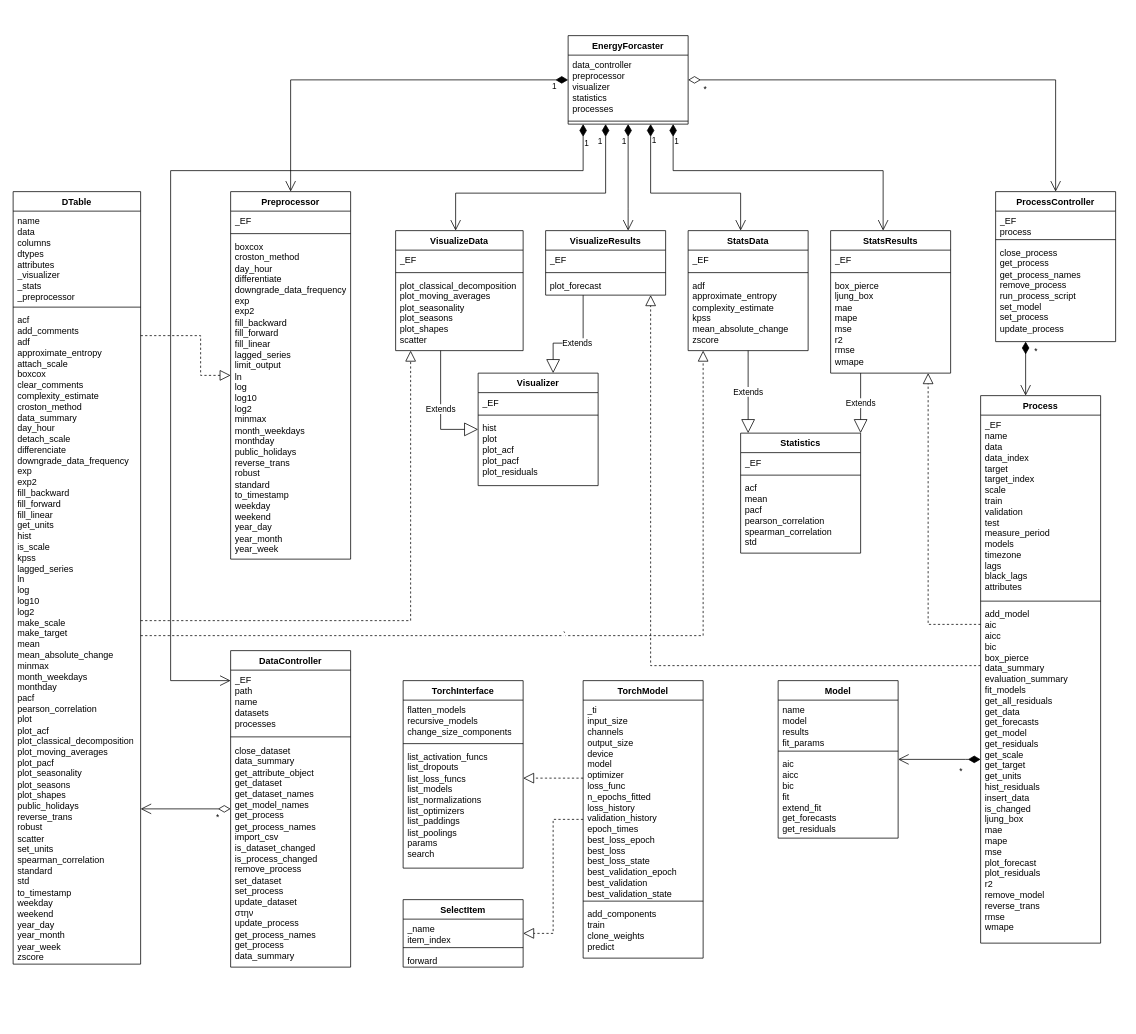
Before: Implementation_Plan/energyforecaster.drawio in sportbilly23/EnergyForecaster, a draw.io diagram. Source tidied: cells renumbered, new cells numbered last; positions are measured from the earlier drawing's top-left corner, leaving out a move shared by most shapes. Both pictures are drawn from the tidied source at 75%, with x=0, y=0 at pixel (13, 35).
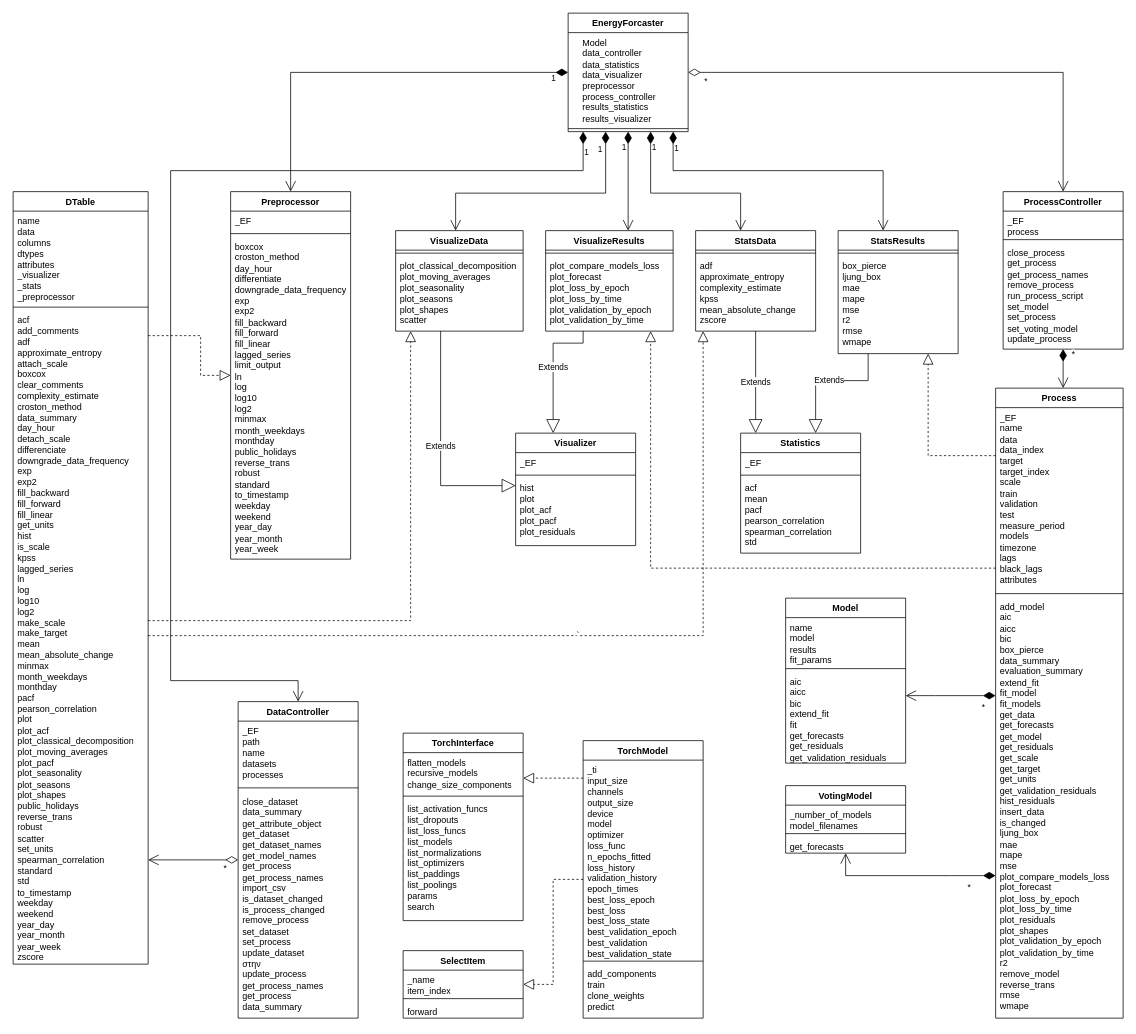
After the change.

The change refers to these unchanged cells:
```xml
<mxCell id="25" value="Statistics" style="swimlane;fontStyle=1;align=center;verticalAlign=top;horizontal=1;startSize=26;whiteSpace=wrap;html=1;direction=east;" parent="1" vertex="1">
  <mxGeometry x="970" y="530" width="160" height="160" as="geometry" />
</mxCell>
```

Diff of the diagram source:
```diff
@@
     <mxCell id="2" value="EnergyForcaster" style="swimlane;fontStyle=1;align=center;verticalAlign=top;horizontal=1;startSize=26;whiteSpace=wrap;html=1;" parent="1" vertex="1">
-      <mxGeometry x="740" width="160" height="118" as="geometry" />
+      <mxGeometry x="740" y="-30" width="160" height="158" as="geometry" />
     </mxCell>
-    <mxCell id="3" value="data_controller&lt;br&gt;preprocessor&lt;br&gt;visualizer&lt;br&gt;statistics&lt;br&gt;processes" style="text;strokeColor=none;fillColor=none;align=left;verticalAlign=top;spacingLeft=4;spacingRight=4;overflow=hidden;whiteSpace=wrap;html=1;" parent="2" vertex="1">
-      <mxGeometry y="26" width="160" height="84" as="geometry" />
+    <mxCell id="3" value="&amp;nbsp;&amp;nbsp;&amp;nbsp; Model&lt;br&gt;&amp;nbsp;&amp;nbsp; &amp;nbsp;data_controller&lt;br&gt;&amp;nbsp;&amp;nbsp; &amp;nbsp;data_statistics&lt;br&gt;&amp;nbsp;&amp;nbsp; &amp;nbsp;data_visualizer&lt;br&gt;&amp;nbsp;&amp;nbsp; &amp;nbsp;preprocessor&lt;br&gt;&amp;nbsp;&amp;nbsp; &amp;nbsp;process_controller&lt;br&gt;&amp;nbsp;&amp;nbsp; &amp;nbsp;results_statistics&lt;br&gt;&amp;nbsp;&amp;nbsp; &amp;nbsp;results_visualizer" style="text;strokeColor=none;fillColor=none;align=left;verticalAlign=top;spacingLeft=4;spacingRight=4;overflow=hidden;whiteSpace=wrap;html=1;" parent="2" vertex="1">
+      <mxGeometry y="26" width="160" height="124" as="geometry" />
     </mxCell>
     <mxCell id="4" style="line;strokeWidth=1;fillColor=none;align=left;verticalAlign=middle;spacingTop=-1;spacingLeft=3;spacingRight=3;labelPosition=right;strokeColor=inherit;" parent="2" vertex="1">
-      <mxGeometry y="110" width="160" height="8" as="geometry" />
+      <mxGeometry y="150" width="160" height="8" as="geometry" />
     </mxCell>
@@
     <mxCell id="9" value="Model" style="swimlane;fontStyle=1;align=center;verticalAlign=top;horizontal=1;startSize=26;whiteSpace=wrap;html=1;" parent="1" vertex="1">
-      <mxGeometry x="1020" y="860" width="160" height="210" as="geometry" />
+      <mxGeometry x="1030" y="750" width="160" height="220" as="geometry" />
     </mxCell>
@@
-    <mxCell id="12" value="aic&lt;br&gt;aicc&lt;br&gt;bic&lt;br&gt;fit&lt;br&gt;extend_fit&lt;br&gt;get_forecasts&lt;br&gt;get_residuals" style="text;strokeColor=none;fillColor=none;align=left;verticalAlign=top;spacingLeft=4;spacingRight=4;overflow=hidden;whiteSpace=wrap;html=1;" parent="9" vertex="1">
-      <mxGeometry y="98" width="160" height="112" as="geometry" />
+    <mxCell id="12" value="aic&lt;br&gt;aicc&lt;br&gt;bic&lt;br&gt;&lt;div&gt;extend_fit&lt;/div&gt;&lt;div&gt;fit&lt;/div&gt;get_forecasts&lt;br&gt;&lt;div&gt;get_residuals&lt;/div&gt;&lt;div&gt;get_validation_residuals&lt;br&gt;&lt;/div&gt;" style="text;strokeColor=none;fillColor=none;align=left;verticalAlign=top;spacingLeft=4;spacingRight=4;overflow=hidden;whiteSpace=wrap;html=1;" parent="9" vertex="1">
+      <mxGeometry y="98" width="160" height="122" as="geometry" />
     </mxCell>
     <mxCell id="13" value="Visualizer" style="swimlane;fontStyle=1;align=center;verticalAlign=top;horizontal=1;startSize=26;whiteSpace=wrap;html=1;" parent="1" vertex="1">
-      <mxGeometry x="620" y="450" width="160" height="150" as="geometry" />
+      <mxGeometry x="670" y="530" width="160" height="150" as="geometry" />
     </mxCell>
@@
     <mxCell id="17" value="ProcessController" style="swimlane;fontStyle=1;align=center;verticalAlign=top;horizontal=1;startSize=26;whiteSpace=wrap;html=1;" parent="1" vertex="1">
-      <mxGeometry x="1310" y="208" width="160" height="200" as="geometry" />
+      <mxGeometry x="1320" y="208" width="160" height="210" as="geometry" />
     </mxCell>
@@
-    <mxCell id="20" value="close_process&lt;br&gt;get_process&lt;br&gt;get_process_names&lt;br&gt;remove_process&lt;br&gt;run_process_script&lt;br&gt;set_model&lt;br&gt;set_process&lt;br&gt;update_process" style="text;strokeColor=none;fillColor=none;align=left;verticalAlign=top;spacingLeft=4;spacingRight=4;overflow=hidden;whiteSpace=wrap;html=1;" parent="17" vertex="1">
-      <mxGeometry y="68" width="160" height="132" as="geometry" />
+    <mxCell id="20" value="close_process&lt;br&gt;get_process&lt;br&gt;get_process_names&lt;br&gt;remove_process&lt;br&gt;run_process_script&lt;br&gt;set_model&lt;br&gt;&lt;div&gt;set_process&lt;/div&gt;&lt;div&gt;set_voting_model&lt;br&gt;&lt;/div&gt;update_process" style="text;strokeColor=none;fillColor=none;align=left;verticalAlign=top;spacingLeft=4;spacingRight=4;overflow=hidden;whiteSpace=wrap;html=1;" parent="17" vertex="1">
+      <mxGeometry y="68" width="160" height="142" as="geometry" />
     </mxCell>
     <mxCell id="21" value="DataController" style="swimlane;fontStyle=1;align=center;verticalAlign=top;horizontal=1;startSize=26;whiteSpace=wrap;html=1;" parent="1" vertex="1">
-      <mxGeometry x="290" y="820" width="160" height="422" as="geometry" />
+      <mxGeometry x="300" y="888" width="160" height="422" as="geometry" />
     </mxCell>
@@
     <mxCell id="33" value="&lt;div&gt;*&lt;/div&gt;" style="endArrow=open;html=1;endSize=12;startArrow=diamondThin;startSize=14;startFill=1;edgeStyle=orthogonalEdgeStyle;align=left;verticalAlign=bottom;rounded=0;" parent="1" edge="1" source="67" target="9">
-      <mxGeometry x="-0.45" y="25" relative="1" as="geometry">
+      <mxGeometry x="-0.66" y="25" relative="1" as="geometry">
         <Array as="points">
-          <mxPoint x="1270" y="965" />
-          <mxPoint x="1270" y="965" />
+          <mxPoint x="1230" y="880" />
+          <mxPoint x="1230" y="880" />
         </Array>
       </mxGeometry>
     </mxCell>
     <mxCell id="34" value="VisualizeResults" style="swimlane;fontStyle=1;align=center;verticalAlign=top;horizontal=1;startSize=26;whiteSpace=wrap;html=1;" parent="1" vertex="1">
-      <mxGeometry x="710" y="260" width="160" height="86" as="geometry" />
+      <mxGeometry x="710" y="260" width="170" height="134" as="geometry" />
     </mxCell>
-    <mxCell id="35" value="_EF" style="text;strokeColor=none;fillColor=none;align=left;verticalAlign=top;spacingLeft=4;spacingRight=4;overflow=hidden;whiteSpace=wrap;html=1;" parent="34" vertex="1">
-      <mxGeometry y="26" width="160" height="26" as="geometry" />
-    </mxCell>
     <mxCell id="36" style="line;strokeWidth=1;fillColor=none;align=left;verticalAlign=middle;spacingTop=-1;spacingLeft=3;spacingRight=3;labelPosition=right;strokeColor=inherit;" parent="34" vertex="1">
-      <mxGeometry y="52" width="160" height="8" as="geometry" />
+      <mxGeometry y="26" width="170" height="8" as="geometry" />
     </mxCell>
-    <mxCell id="37" value="plot_forecast" style="text;strokeColor=none;fillColor=none;align=left;verticalAlign=top;spacingLeft=4;spacingRight=4;overflow=hidden;whiteSpace=wrap;html=1;" parent="34" vertex="1">
-      <mxGeometry y="60" width="160" height="26" as="geometry" />
+    <mxCell id="37" value="plot_compare_models_loss&lt;br&gt;plot_forecast&lt;br&gt;plot_loss_by_epoch&lt;br&gt;plot_loss_by_time&lt;br&gt;plot_validation_by_epoch&lt;br&gt;plot_validation_by_time" style="text;strokeColor=none;fillColor=none;align=left;verticalAlign=top;spacingLeft=4;spacingRight=4;overflow=hidden;whiteSpace=wrap;html=1;" parent="34" vertex="1">
+      <mxGeometry y="34" width="170" height="100" as="geometry" />
     </mxCell>
@@
     <mxCell id="39" value="StatsResults" style="swimlane;fontStyle=1;align=center;verticalAlign=top;horizontal=1;startSize=26;whiteSpace=wrap;html=1;" parent="1" vertex="1">
-      <mxGeometry x="1090" y="260" width="160" height="190" as="geometry" />
+      <mxGeometry x="1100" y="260" width="160" height="164" as="geometry" />
     </mxCell>
-    <mxCell id="40" value="_EF" style="text;strokeColor=none;fillColor=none;align=left;verticalAlign=top;spacingLeft=4;spacingRight=4;overflow=hidden;whiteSpace=wrap;html=1;" parent="39" vertex="1">
-      <mxGeometry y="26" width="160" height="26" as="geometry" />
-    </mxCell>
     <mxCell id="41" style="line;strokeWidth=1;fillColor=none;align=left;verticalAlign=middle;spacingTop=-1;spacingLeft=3;spacingRight=3;labelPosition=right;strokeColor=inherit;" parent="39" vertex="1">
-      <mxGeometry y="52" width="160" height="8" as="geometry" />
+      <mxGeometry y="26" width="160" height="8" as="geometry" />
     </mxCell>
     <mxCell id="42" value="box_pierce&lt;br&gt;ljung_box&lt;br&gt;mae&lt;br&gt;mape&lt;br&gt;mse&lt;br&gt;r2&lt;br&gt;rmse&lt;br&gt;wmape" style="text;strokeColor=none;fillColor=none;align=left;verticalAlign=top;spacingLeft=4;spacingRight=4;overflow=hidden;points=[[0,0.5],[1,0.5]];portConstraint=eastwest;whiteSpace=wrap;html=1;" parent="39" vertex="1">
-      <mxGeometry y="60" width="160" height="130" as="geometry" />
+      <mxGeometry y="34" width="160" height="130" as="geometry" />
     </mxCell>
     <mxCell id="43" value="Extends" style="endArrow=block;endSize=16;endFill=0;html=1;rounded=0;edgeStyle=orthogonalEdgeStyle;" parent="1" edge="1" source="42" target="25">
       <mxGeometry relative="1" as="geometry">
         <Array as="points">
-          <mxPoint x="1090" y="430" />
-          <mxPoint x="1090" y="430" />
+          <mxPoint x="1140" y="460" />
+          <mxPoint x="1070" y="460" />
         </Array>
       </mxGeometry>
     </mxCell>
@@
     <mxCell id="45" value="VisualizeData" style="swimlane;fontStyle=1;align=center;verticalAlign=top;horizontal=1;startSize=26;whiteSpace=wrap;html=1;" parent="1" vertex="1">
-      <mxGeometry x="510" y="260" width="170" height="160" as="geometry" />
+      <mxGeometry x="510" y="260" width="170" height="134" as="geometry" />
     </mxCell>
-    <mxCell id="46" value="_EF" style="text;strokeColor=none;fillColor=none;align=left;verticalAlign=top;spacingLeft=4;spacingRight=4;overflow=hidden;whiteSpace=wrap;html=1;" parent="45" vertex="1">
-      <mxGeometry y="26" width="170" height="26" as="geometry" />
-    </mxCell>
     <mxCell id="47" style="line;strokeWidth=1;fillColor=none;align=left;verticalAlign=middle;spacingTop=-1;spacingLeft=3;spacingRight=3;labelPosition=right;strokeColor=inherit;" parent="45" vertex="1">
-      <mxGeometry y="52" width="170" height="8" as="geometry" />
+      <mxGeometry y="26" width="170" height="8" as="geometry" />
     </mxCell>
     <mxCell id="48" value="plot_classical_decomposition&lt;br&gt;plot_moving_averages&lt;br&gt;plot_seasonality&lt;br&gt;plot_seasons&lt;br&gt;plot_shapes&lt;br&gt;scatter" style="text;strokeColor=none;fillColor=none;align=left;verticalAlign=top;spacingLeft=4;spacingRight=4;overflow=hidden;points=[[0,0.5],[1,0.5]];portConstraint=eastwest;whiteSpace=wrap;html=1;" parent="45" vertex="1">
-      <mxGeometry y="60" width="170" height="100" as="geometry" />
+      <mxGeometry y="34" width="170" height="100" as="geometry" />
     </mxCell>
     <mxCell id="49" value="StatsData" style="swimlane;fontStyle=1;align=center;verticalAlign=top;horizontal=1;startSize=26;whiteSpace=wrap;html=1;" parent="1" vertex="1">
-      <mxGeometry x="900" y="260" width="160" height="160" as="geometry" />
+      <mxGeometry x="910" y="260" width="160" height="134" as="geometry" />
     </mxCell>
-    <mxCell id="50" value="_EF" style="text;strokeColor=none;fillColor=none;align=left;verticalAlign=top;spacingLeft=4;spacingRight=4;overflow=hidden;whiteSpace=wrap;html=1;" parent="49" vertex="1">
-      <mxGeometry y="26" width="160" height="26" as="geometry" />
-    </mxCell>
     <mxCell id="51" style="line;strokeWidth=1;fillColor=none;align=left;verticalAlign=middle;spacingTop=-1;spacingLeft=3;spacingRight=3;labelPosition=right;strokeColor=inherit;" parent="49" vertex="1">
-      <mxGeometry y="52" width="160" height="8" as="geometry" />
+      <mxGeometry y="26" width="160" height="8" as="geometry" />
     </mxCell>
     <mxCell id="52" value="adf&lt;br&gt;approximate_entropy&lt;br&gt;complexity_estimate&lt;br&gt;kpss&lt;br&gt;mean_absolute_change&lt;br&gt;zscore" style="text;strokeColor=none;fillColor=none;align=left;verticalAlign=top;spacingLeft=4;spacingRight=4;overflow=hidden;points=[[0,0.5],[1,0.5]];portConstraint=eastwest;whiteSpace=wrap;html=1;" parent="49" vertex="1">
-      <mxGeometry y="60" width="160" height="100" as="geometry" />
+      <mxGeometry y="34" width="160" height="100" as="geometry" />
     </mxCell>
     <mxCell id="53" value="Extends" style="endArrow=block;endSize=16;endFill=0;html=1;rounded=0;edgeStyle=orthogonalEdgeStyle;" parent="1" edge="1" source="48" target="13">
       <mxGeometry relative="1" as="geometry">
         <Array as="points">
-          <mxPoint x="570" y="525" />
+          <mxPoint x="570" y="600" />
         </Array>
       </mxGeometry>
     </mxCell>
@@
     <mxCell id="55" style="endArrow=block;dashed=1;endFill=0;endSize=12;html=1;rounded=0;edgeStyle=orthogonalEdgeStyle;" parent="1" edge="1" source="67" target="39">
       <mxGeometry relative="1" as="geometry">
         <Array as="points">
-          <mxPoint x="1220" y="785" />
+          <mxPoint x="1220" y="560" />
         </Array>
       </mxGeometry>
     </mxCell>
     <mxCell id="56" style="endArrow=block;dashed=1;endFill=0;endSize=12;html=1;rounded=0;edgeStyle=orthogonalEdgeStyle;" parent="1" edge="1" source="67" target="34">
       <mxGeometry relative="1" as="geometry">
         <Array as="points">
-          <mxPoint x="850" y="840" />
+          <mxPoint x="850" y="710" />
         </Array>
       </mxGeometry>
     </mxCell>
     <mxCell id="57" value="DTable" style="swimlane;fontStyle=1;align=center;verticalAlign=top;horizontal=1;startSize=26;whiteSpace=wrap;html=1;" parent="1" vertex="1">
-      <mxGeometry y="208" width="170" height="1030" as="geometry" />
+      <mxGeometry y="208" width="180" height="1030" as="geometry" />
     </mxCell>
     <mxCell id="58" value="name&lt;br&gt;data&lt;br&gt;columns&lt;br&gt;dtypes&lt;br&gt;attributes&lt;br&gt;_visualizer&lt;br&gt;_stats&lt;br&gt;_preprocessor" style="text;strokeColor=none;fillColor=none;align=left;verticalAlign=top;spacingLeft=4;spacingRight=4;overflow=hidden;whiteSpace=wrap;html=1;" parent="57" vertex="1">
-      <mxGeometry y="26" width="170" height="124" as="geometry" />
+      <mxGeometry y="26" width="180" height="124" as="geometry" />
     </mxCell>
     <mxCell id="59" style="line;strokeWidth=1;fillColor=none;align=left;verticalAlign=middle;spacingTop=-1;spacingLeft=3;spacingRight=3;labelPosition=right;strokeColor=inherit;" parent="57" vertex="1">
-      <mxGeometry y="150" width="170" height="8" as="geometry" />
+      <mxGeometry y="150" width="180" height="8" as="geometry" />
     </mxCell>
     <mxCell id="60" value="acf&lt;br&gt;add_comments&lt;br&gt;adf&lt;br&gt;approximate_entropy&lt;br&gt;attach_scale&lt;br&gt;boxcox&lt;br&gt;clear_comments&lt;br&gt;complexity_estimate&lt;br&gt;croston_method&lt;br&gt;data_summary&lt;br&gt;day_hour&lt;br&gt;detach_scale&lt;br&gt;differenciate&lt;br&gt;downgrade_data_frequency&lt;br&gt;exp&lt;br&gt;exp2&lt;br&gt;fill_backward&lt;br&gt;fill_forward&lt;br&gt;fill_linear&lt;br&gt;get_units&lt;br&gt;hist&lt;br&gt;is_scale&lt;br&gt;kpss&lt;br&gt;lagged_series&lt;br&gt;ln&lt;br&gt;log&lt;br&gt;log10&lt;br&gt;log2&lt;br&gt;make_scale&lt;br&gt;make_target&lt;br&gt;mean&lt;br&gt;mean_absolute_change&lt;br&gt;minmax&lt;br&gt;month_weekdays&lt;br&gt;monthday&lt;br&gt;pacf&lt;br&gt;pearson_correlation&lt;br&gt;plot&lt;br&gt;plot_acf&lt;br&gt;plot_classical_decomposition&lt;br&gt;plot_moving_averages&lt;br&gt;plot_pacf&lt;br&gt;plot_seasonality&lt;br&gt;plot_seasons&lt;br&gt;plot_shapes&lt;br&gt;public_holidays&lt;br&gt;reverse_trans&lt;br&gt;robust&lt;br&gt;scatter&lt;br&gt;set_units&lt;br&gt;spearman_correlation&lt;br&gt;standard&lt;br&gt;std&lt;br&gt;to_timestamp&lt;br&gt;weekday&lt;br&gt;weekend&lt;br&gt;year_day&lt;br&gt;year_month&lt;br&gt;year_week&lt;br&gt;zscore" style="text;strokeColor=none;fillColor=none;align=left;verticalAlign=top;spacingLeft=4;spacingRight=4;overflow=hidden;whiteSpace=wrap;html=1;" parent="57" vertex="1">
-      <mxGeometry y="158" width="170" height="872" as="geometry" />
+      <mxGeometry y="158" width="180" height="872" as="geometry" />
     </mxCell>
@@
     <mxCell id="67" value="Process" style="swimlane;fontStyle=1;align=center;verticalAlign=top;horizontal=1;startSize=26;whiteSpace=wrap;html=1;" parent="1" vertex="1">
-      <mxGeometry x="1290" y="480" width="160" height="730" as="geometry" />
+      <mxGeometry x="1310" y="470" width="170" height="840" as="geometry" />
     </mxCell>
     <mxCell id="68" value="_EF&lt;br&gt;name&lt;br&gt;data&lt;br&gt;data_index&lt;br&gt;target&lt;br&gt;target_index&lt;br&gt;scale&lt;br&gt;train&lt;br&gt;validation&lt;br&gt;test&lt;br&gt;measure_period&lt;br&gt;models&lt;br&gt;timezone&lt;br&gt;lags&lt;br&gt;black_lags&lt;br&gt;attributes" style="text;strokeColor=none;fillColor=none;align=left;verticalAlign=top;spacingLeft=4;spacingRight=4;overflow=hidden;whiteSpace=wrap;html=1;" parent="67" vertex="1">
-      <mxGeometry y="26" width="160" height="244" as="geometry" />
+      <mxGeometry y="26" width="170" height="244" as="geometry" />
     </mxCell>
     <mxCell id="69" style="line;strokeWidth=1;fillColor=none;align=left;verticalAlign=middle;spacingTop=-1;spacingLeft=3;spacingRight=3;labelPosition=right;strokeColor=inherit;" parent="67" vertex="1">
-      <mxGeometry y="270" width="160" height="8" as="geometry" />
+      <mxGeometry y="270" width="170" height="8" as="geometry" />
     </mxCell>
-    <mxCell id="70" value="add_model&lt;br&gt;aic&lt;br&gt;aicc&lt;br&gt;bic&lt;br&gt;box_pierce&lt;br&gt;data_summary&lt;br&gt;evaluation_summary&lt;br&gt;fit_models&lt;br&gt;get_all_residuals&lt;br&gt;get_data&lt;br&gt;get_forecasts&lt;br&gt;get_model&lt;br&gt;get_residuals&lt;br&gt;get_scale&lt;br&gt;get_target&lt;br&gt;get_units&lt;br&gt;hist_residuals&lt;br&gt;insert_data&lt;br&gt;is_changed&lt;br&gt;ljung_box&lt;br&gt;mae&lt;br&gt;mape&lt;br&gt;mse&lt;br&gt;plot_forecast&lt;br&gt;plot_residuals&lt;br&gt;r2&lt;br&gt;remove_model&lt;br&gt;reverse_trans&lt;br&gt;rmse&lt;br&gt;wmape" style="text;strokeColor=none;fillColor=none;align=left;verticalAlign=top;spacingLeft=4;spacingRight=4;overflow=hidden;whiteSpace=wrap;html=1;" parent="67" vertex="1">
-      <mxGeometry y="278" width="160" height="452" as="geometry" />
+    <mxCell id="70" value="add_model&lt;br&gt;aic&lt;br&gt;aicc&lt;br&gt;bic&lt;br&gt;&lt;div&gt;box_pierce&lt;/div&gt;data_summary&lt;br&gt;&lt;div&gt;evaluation_summary&lt;/div&gt;&lt;div&gt;extend_fit&lt;/div&gt;&lt;div&gt;fit_model&lt;br&gt;&lt;/div&gt;fit_models&lt;br&gt;get_data&lt;br&gt;get_forecasts&lt;br&gt;get_model&lt;br&gt;get_residuals&lt;br&gt;get_scale&lt;br&gt;get_target&lt;br&gt;&lt;div&gt;get_units&lt;/div&gt;&lt;div&gt;get_validation_residuals&lt;br&gt;&lt;/div&gt;hist_residuals&lt;br&gt;insert_data&lt;br&gt;is_changed&lt;br&gt;ljung_box&lt;br&gt;mae&lt;br&gt;mape&lt;br&gt;mse&lt;br&gt;&lt;div&gt;plot_compare_models_loss&lt;br&gt;&lt;/div&gt;&lt;div&gt;plot_forecast&lt;/div&gt;&lt;div&gt;plot_loss_by_epoch&lt;br&gt;plot_loss_by_time&lt;br&gt;&lt;/div&gt;&lt;div&gt;plot_residuals&lt;/div&gt;&lt;div&gt;plot_shapes&lt;/div&gt;&lt;div&gt;plot_validation_by_epoch&lt;br&gt;plot_validation_by_time&lt;br&gt;&lt;/div&gt;r2&lt;br&gt;remove_model&lt;br&gt;reverse_trans&lt;br&gt;rmse&lt;br&gt;wmape" style="text;strokeColor=none;fillColor=none;align=left;verticalAlign=top;spacingLeft=4;spacingRight=4;overflow=hidden;whiteSpace=wrap;html=1;" parent="67" vertex="1">
+      <mxGeometry y="278" width="170" height="562" as="geometry" />
     </mxCell>
@@
     <mxCell id="72" value="&lt;div&gt;TorchInterface&lt;/div&gt;" style="swimlane;fontStyle=1;align=center;verticalAlign=top;horizontal=1;startSize=26;whiteSpace=wrap;html=1;" parent="1" vertex="1">
-      <mxGeometry x="520" y="860" width="160" height="250" as="geometry" />
+      <mxGeometry x="520" y="930" width="160" height="250" as="geometry" />
     </mxCell>
@@
     <mxCell id="76" value="&lt;div&gt;TorchModel&lt;/div&gt;" style="swimlane;fontStyle=1;align=center;verticalAlign=top;horizontal=1;startSize=26;whiteSpace=wrap;html=1;" parent="1" vertex="1">
-      <mxGeometry x="760" y="860" width="160" height="370" as="geometry" />
+      <mxGeometry x="760" y="940" width="160" height="370" as="geometry" />
     </mxCell>
@@
     <mxCell id="81" value="SelectItem" style="swimlane;fontStyle=1;align=center;verticalAlign=top;horizontal=1;startSize=26;whiteSpace=wrap;html=1;" parent="1" vertex="1">
-      <mxGeometry x="520" y="1152" width="160" height="90" as="geometry" />
+      <mxGeometry x="520" y="1220" width="160" height="90" as="geometry" />
     </mxCell>
@@
+    <mxCell id="86" value="VotingModel" style="swimlane;fontStyle=1;align=center;verticalAlign=top;horizontal=1;startSize=26;whiteSpace=wrap;html=1;" parent="1" vertex="1">
+      <mxGeometry x="1030" y="1000" width="160" height="90" as="geometry" />
+    </mxCell>
+    <mxCell id="87" value="&lt;div&gt;_number_of_models&lt;br&gt;&lt;/div&gt;&lt;div&gt;model_filenames&lt;/div&gt;" style="text;strokeColor=none;fillColor=none;align=left;verticalAlign=top;spacingLeft=4;spacingRight=4;overflow=hidden;whiteSpace=wrap;html=1;" parent="86" vertex="1">
+      <mxGeometry y="26" width="160" height="34" as="geometry" />
+    </mxCell>
+    <mxCell id="88" style="line;strokeWidth=1;fillColor=none;align=left;verticalAlign=middle;spacingTop=-1;spacingLeft=3;spacingRight=3;labelPosition=right;strokeColor=inherit;" parent="86" vertex="1">
+      <mxGeometry y="60" width="160" height="8" as="geometry" />
+    </mxCell>
+    <mxCell id="89" value="get_forecasts" style="text;strokeColor=none;fillColor=none;align=left;verticalAlign=top;spacingLeft=4;spacingRight=4;overflow=hidden;whiteSpace=wrap;html=1;" parent="86" vertex="1">
+      <mxGeometry y="68" width="160" height="22" as="geometry" />
+    </mxCell>
+    <mxCell id="90" value="&lt;div&gt;*&lt;/div&gt;" style="endArrow=open;html=1;endSize=12;startArrow=diamondThin;startSize=14;startFill=1;edgeStyle=orthogonalEdgeStyle;align=left;verticalAlign=bottom;rounded=0;" parent="1" edge="1" source="67" target="86">
+      <mxGeometry x="-0.66" y="25" relative="1" as="geometry">
+        <Array as="points">
+          <mxPoint x="1250" y="1120" />
+          <mxPoint x="1250" y="1120" />
+        </Array>
+      </mxGeometry>
+    </mxCell>
```
